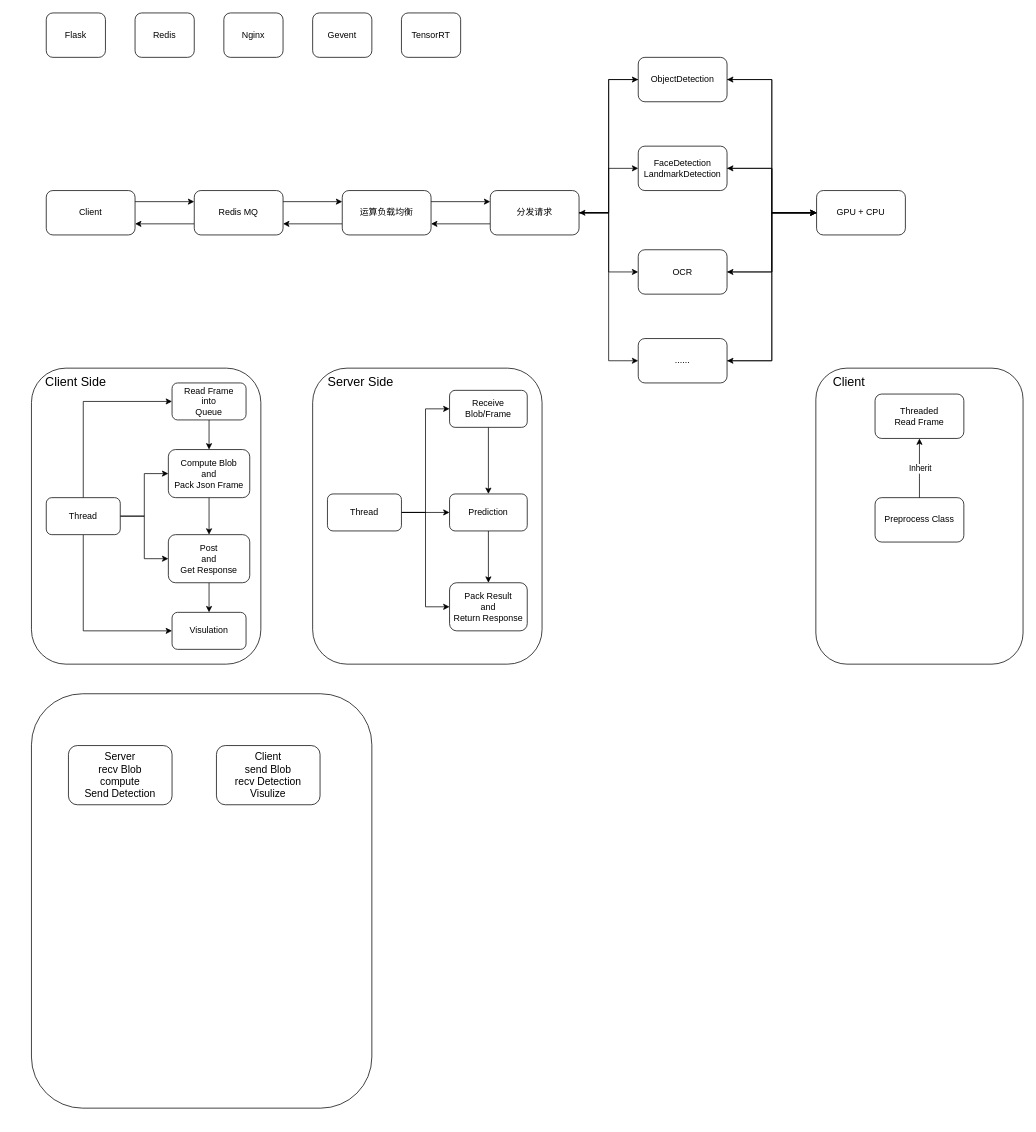
This is System Design.drawio from houance/CV-API-PlatForm, a draw.io file, before an edit. Source tidied: cells renumbered, new cells numbered last; positions are measured from the earlier drawing's top-left corner, leaving out a move shared by most shapes. Both pictures are drawn from the tidied source at 74%, with x=0, y=0 at pixel (13, 13).
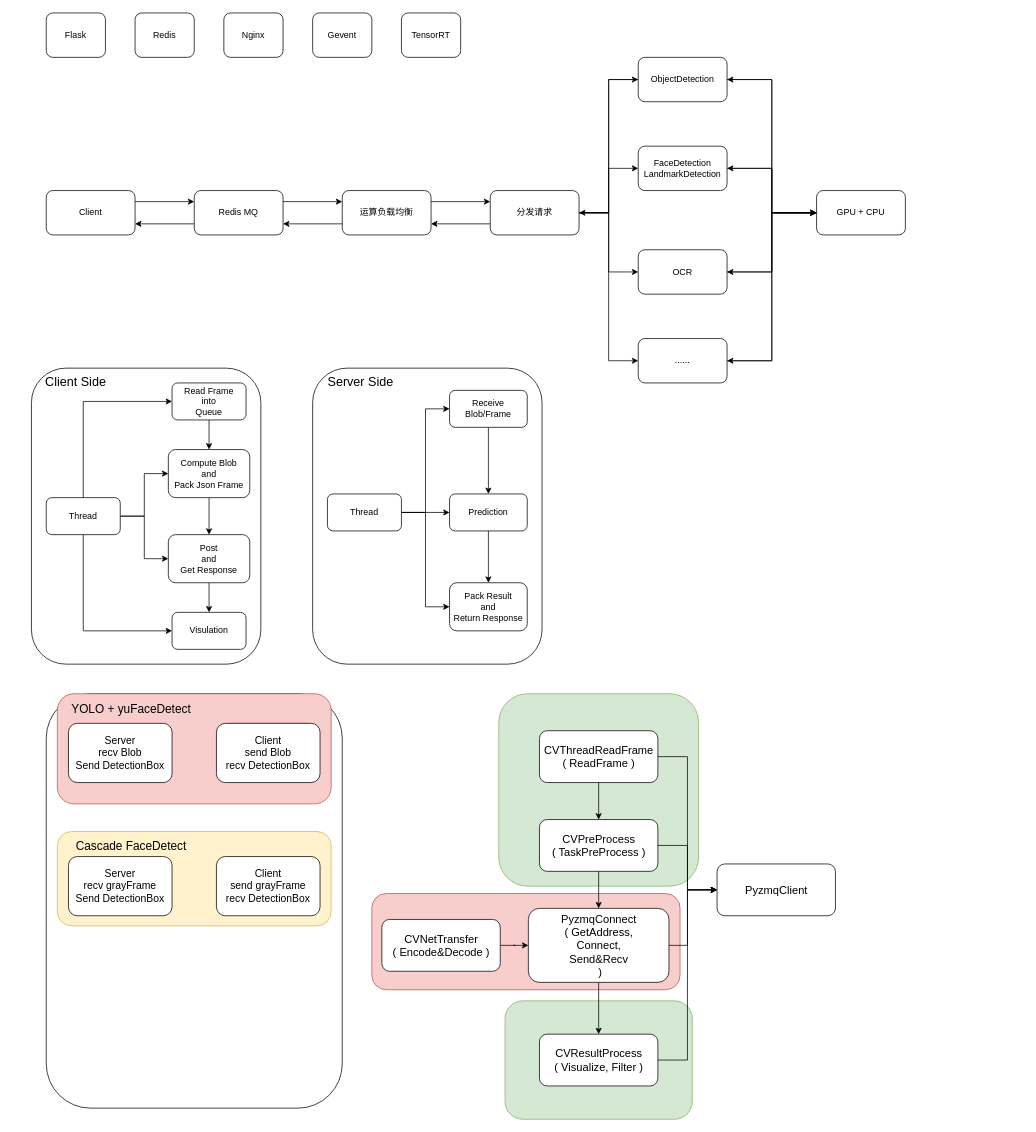
The same diagram, later.

Diff of the diagram source:
```diff
@@
     <mxCell id="2" style="rounded=1;whiteSpace=wrap;html=1;" parent="1" vertex="1">
-      <mxGeometry x="25" y="920" width="460" height="560" as="geometry" />
+      <mxGeometry x="45" y="920" width="400" height="560" as="geometry" />
     </mxCell>
+    <mxCell id="69" style="rounded=1;whiteSpace=wrap;html=1;fillColor=#fff2cc;strokeColor=#d6b656;" parent="1" vertex="1">
+      <mxGeometry x="60" y="1106.2" width="370" height="127.5" as="geometry" />
+    </mxCell>
+    <mxCell id="70" style="rounded=1;whiteSpace=wrap;html=1;fillColor=#f8cecc;strokeColor=#b85450;" parent="1" vertex="1">
+      <mxGeometry x="60" y="920" width="370" height="148.8" as="geometry" />
+    </mxCell>
+    <mxCell id="71" style="rounded=1;whiteSpace=wrap;html=1;fillColor=#f8cecc;strokeColor=#b85450;" parent="1" vertex="1">
+      <mxGeometry x="285" y="960" width="120" height="60" as="geometry" />
+    </mxCell>
+    <mxCell id="72" style="rounded=1;whiteSpace=wrap;html=1;fillColor=#f8cecc;strokeColor=#b85450;" parent="1" vertex="1">
+      <mxGeometry x="485" y="1190" width="416.5" height="130" as="geometry" />
+    </mxCell>
+    <mxCell id="73" style="rounded=1;whiteSpace=wrap;html=1;fillColor=#d5e8d4;strokeColor=#82b366;" parent="1" vertex="1">
+      <mxGeometry x="665" y="1335" width="253" height="160" as="geometry" />
+    </mxCell>
@@
-    <mxCell id="61" style="rounded=1;whiteSpace=wrap;html=1;" parent="1" vertex="1">
-      <mxGeometry x="1085" y="480" width="280" height="400" as="geometry" />
-    </mxCell>
-    <mxCell id="62" value="&lt;font style=&quot;font-size: 17px&quot;&gt;Client&lt;/font&gt;" style="text;html=1;strokeColor=none;fillColor=none;align=center;verticalAlign=middle;whiteSpace=wrap;rounded=0;" parent="1" vertex="1">
-      <mxGeometry x="1085" y="480" width="90" height="40" as="geometry" />
-    </mxCell>
-    <mxCell id="63" value="Threaded &lt;br&gt;Read Frame" style="rounded=1;whiteSpace=wrap;html=1;" parent="1" vertex="1">
-      <mxGeometry x="1165" y="515" width="120" height="60" as="geometry" />
-    </mxCell>
-    <mxCell id="64" value="Preprocess Class" style="whiteSpace=wrap;html=1;rounded=1;" parent="1" vertex="1">
-      <mxGeometry x="1165" y="655" width="120" height="60" as="geometry" />
-    </mxCell>
-    <mxCell id="65" style="endArrow=classic;html=1;entryX=0.5;entryY=1;entryDx=0;entryDy=0;" parent="1" edge="1" source="64" target="63">
-      <mxGeometry relative="1" as="geometry" />
-    </mxCell>
-    <mxCell id="66" value="Inherit" style="edgeLabel;html=1;align=center;verticalAlign=middle;" parent="65" vertex="1">
-      <mxGeometry relative="1" as="geometry" />
-    </mxCell>
+    <mxCell id="74" style="rounded=1;whiteSpace=wrap;html=1;fillColor=#d5e8d4;strokeColor=#82b366;" parent="1" vertex="1">
+      <mxGeometry x="656.5" y="920" width="270" height="260" as="geometry" />
+    </mxCell>
+    <mxCell id="75" style="edgeStyle=orthogonalEdgeStyle;rounded=0;jettySize=auto;html=1;" parent="1" edge="1" source="76" target="88">
+      <mxGeometry relative="1" as="geometry" />
+    </mxCell>
+    <mxCell id="76" value="&lt;font style=&quot;font-size: 15px&quot;&gt;CVNetTransfer&lt;br&gt;( Encode&amp;amp;Decode )&lt;/font&gt;" style="rounded=1;whiteSpace=wrap;html=1;" parent="1" vertex="1">
+      <mxGeometry x="498.5" y="1225" width="160" height="70" as="geometry" />
+    </mxCell>
+    <mxCell id="77" style="edgeStyle=orthogonalEdgeStyle;rounded=0;jettySize=auto;html=1;entryX=0.5;entryY=0;entryDx=0;entryDy=0;" parent="1" edge="1" source="79" target="84">
+      <mxGeometry relative="1" as="geometry" />
+    </mxCell>
+    <mxCell id="78" style="edgeStyle=orthogonalEdgeStyle;rounded=0;jettySize=auto;html=1;entryX=0;entryY=0.5;entryDx=0;entryDy=0;" parent="1" edge="1" source="79" target="85">
+      <mxGeometry relative="1" as="geometry" />
+    </mxCell>
+    <mxCell id="79" value="&lt;font style=&quot;font-size: 15px&quot;&gt;CVThreadReadFrame&lt;br&gt;( ReadFrame )&lt;/font&gt;" style="rounded=1;whiteSpace=wrap;html=1;" parent="1" vertex="1">
+      <mxGeometry x="711.5" y="970" width="160" height="70" as="geometry" />
+    </mxCell>
+    <mxCell id="80" style="edgeStyle=orthogonalEdgeStyle;rounded=0;jettySize=auto;html=1;entryX=0;entryY=0.5;entryDx=0;entryDy=0;" parent="1" edge="1" source="81" target="85">
+      <mxGeometry relative="1" as="geometry" />
+    </mxCell>
+    <mxCell id="81" value="&lt;font style=&quot;font-size: 15px&quot;&gt;CVResultProcess&lt;br&gt;( Visualize, Filter )&lt;/font&gt;" style="rounded=1;whiteSpace=wrap;html=1;" parent="1" vertex="1">
+      <mxGeometry x="711.5" y="1380" width="160" height="70" as="geometry" />
+    </mxCell>
+    <mxCell id="82" style="edgeStyle=orthogonalEdgeStyle;rounded=0;jettySize=auto;html=1;entryX=0.5;entryY=0;entryDx=0;entryDy=0;" parent="1" edge="1" source="84" target="88">
+      <mxGeometry relative="1" as="geometry" />
+    </mxCell>
+    <mxCell id="83" style="edgeStyle=orthogonalEdgeStyle;rounded=0;jettySize=auto;html=1;" parent="1" edge="1" source="84" target="85">
+      <mxGeometry relative="1" as="geometry" />
+    </mxCell>
+    <mxCell id="84" value="&lt;font style=&quot;font-size: 15px&quot;&gt;CVPreProcess&lt;br&gt;( TaskPreProcess )&lt;/font&gt;" style="rounded=1;whiteSpace=wrap;html=1;" parent="1" vertex="1">
+      <mxGeometry x="711.5" y="1090" width="160" height="70" as="geometry" />
+    </mxCell>
+    <mxCell id="85" value="&lt;span style=&quot;font-size: 15px&quot;&gt;PyzmqClient&lt;br&gt;&lt;/span&gt;" style="rounded=1;whiteSpace=wrap;html=1;" parent="1" vertex="1">
+      <mxGeometry x="951.5" y="1150" width="160" height="70" as="geometry" />
+    </mxCell>
+    <mxCell id="86" style="edgeStyle=orthogonalEdgeStyle;rounded=0;jettySize=auto;html=1;entryX=0.5;entryY=0;entryDx=0;entryDy=0;" parent="1" edge="1" source="88" target="81">
+      <mxGeometry relative="1" as="geometry" />
+    </mxCell>
+    <mxCell id="87" style="edgeStyle=orthogonalEdgeStyle;rounded=0;jettySize=auto;html=1;entryX=0;entryY=0.5;entryDx=0;entryDy=0;" parent="1" edge="1" source="88" target="85">
+      <mxGeometry relative="1" as="geometry">
+        <Array as="points">
+          <mxPoint x="911.5" y="1260" />
+          <mxPoint x="911.5" y="1185" />
+        </Array>
+      </mxGeometry>
+    </mxCell>
+    <mxCell id="88" value="&lt;font style=&quot;font-size: 15px&quot;&gt;PyzmqConnect&lt;br&gt;( GetAddress, &lt;br&gt;Connect,&lt;br&gt;Send&amp;amp;Recv&lt;br&gt;&amp;nbsp;)&lt;/font&gt;" style="rounded=1;whiteSpace=wrap;html=1;" parent="1" vertex="1">
+      <mxGeometry x="696.5" y="1210" width="190" height="100" as="geometry" />
+    </mxCell>
+    <mxCell id="89" value="&lt;font style=&quot;font-size: 14px&quot;&gt;Server&lt;br&gt;recv grayFrame&lt;br&gt;Send DetectionBox&lt;br&gt;&lt;/font&gt;" style="rounded=1;whiteSpace=wrap;html=1;" parent="1" vertex="1">
+      <mxGeometry x="75" y="1140" width="140" height="80" as="geometry" />
+    </mxCell>
+    <mxCell id="90" value="&lt;font style=&quot;font-size: 14px&quot;&gt;Client&lt;br&gt;send grayFrame&lt;br&gt;recv DetectionBox&lt;br&gt;&lt;/font&gt;" style="rounded=1;whiteSpace=wrap;html=1;" parent="1" vertex="1">
+      <mxGeometry x="275" y="1140" width="140" height="80" as="geometry" />
+    </mxCell>
-    <mxCell id="67" value="&lt;font style=&quot;font-size: 14px&quot;&gt;Client&lt;br&gt;send Blob&lt;br&gt;recv Detection&lt;br&gt;Visulize&lt;br&gt;&lt;/font&gt;" style="rounded=1;whiteSpace=wrap;html=1;" parent="1" vertex="1">
-      <mxGeometry x="275" y="990" width="140" height="80" as="geometry" />
+    <mxCell id="67" value="&lt;font style=&quot;font-size: 14px&quot;&gt;Client&lt;br&gt;send Blob&lt;br&gt;recv DetectionBox&lt;br&gt;&lt;/font&gt;" style="rounded=1;whiteSpace=wrap;html=1;" parent="1" vertex="1">
+      <mxGeometry x="275" y="960" width="140" height="80" as="geometry" />
     </mxCell>
-    <mxCell id="68" value="&lt;font style=&quot;font-size: 14px&quot;&gt;Server&lt;br&gt;recv Blob&lt;br&gt;compute&lt;br&gt;Send Detection&lt;br&gt;&lt;/font&gt;" style="rounded=1;whiteSpace=wrap;html=1;" parent="1" vertex="1">
-      <mxGeometry x="75" y="990" width="140" height="80" as="geometry" />
+    <mxCell id="68" value="&lt;font style=&quot;font-size: 14px&quot;&gt;Server&lt;br&gt;recv Blob&lt;br&gt;Send DetectionBox&lt;br&gt;&lt;/font&gt;" style="rounded=1;whiteSpace=wrap;html=1;" parent="1" vertex="1">
+      <mxGeometry x="75" y="960" width="140" height="80" as="geometry" />
     </mxCell>
+    <mxCell id="91" value="&lt;font style=&quot;font-size: 16px&quot;&gt;YOLO + yuFaceDetect&lt;/font&gt;" style="text;html=1;strokeColor=none;fillColor=none;align=center;verticalAlign=middle;whiteSpace=wrap;rounded=0;" parent="1" vertex="1">
+      <mxGeometry x="75" y="930" width="170" height="20" as="geometry" />
+    </mxCell>
+    <mxCell id="92" value="&lt;font style=&quot;font-size: 16px&quot;&gt;Cascade FaceDetect&lt;/font&gt;" style="text;html=1;strokeColor=none;fillColor=none;align=center;verticalAlign=middle;whiteSpace=wrap;rounded=0;" parent="1" vertex="1">
+      <mxGeometry x="75" y="1115" width="170" height="20" as="geometry" />
+    </mxCell>
```
